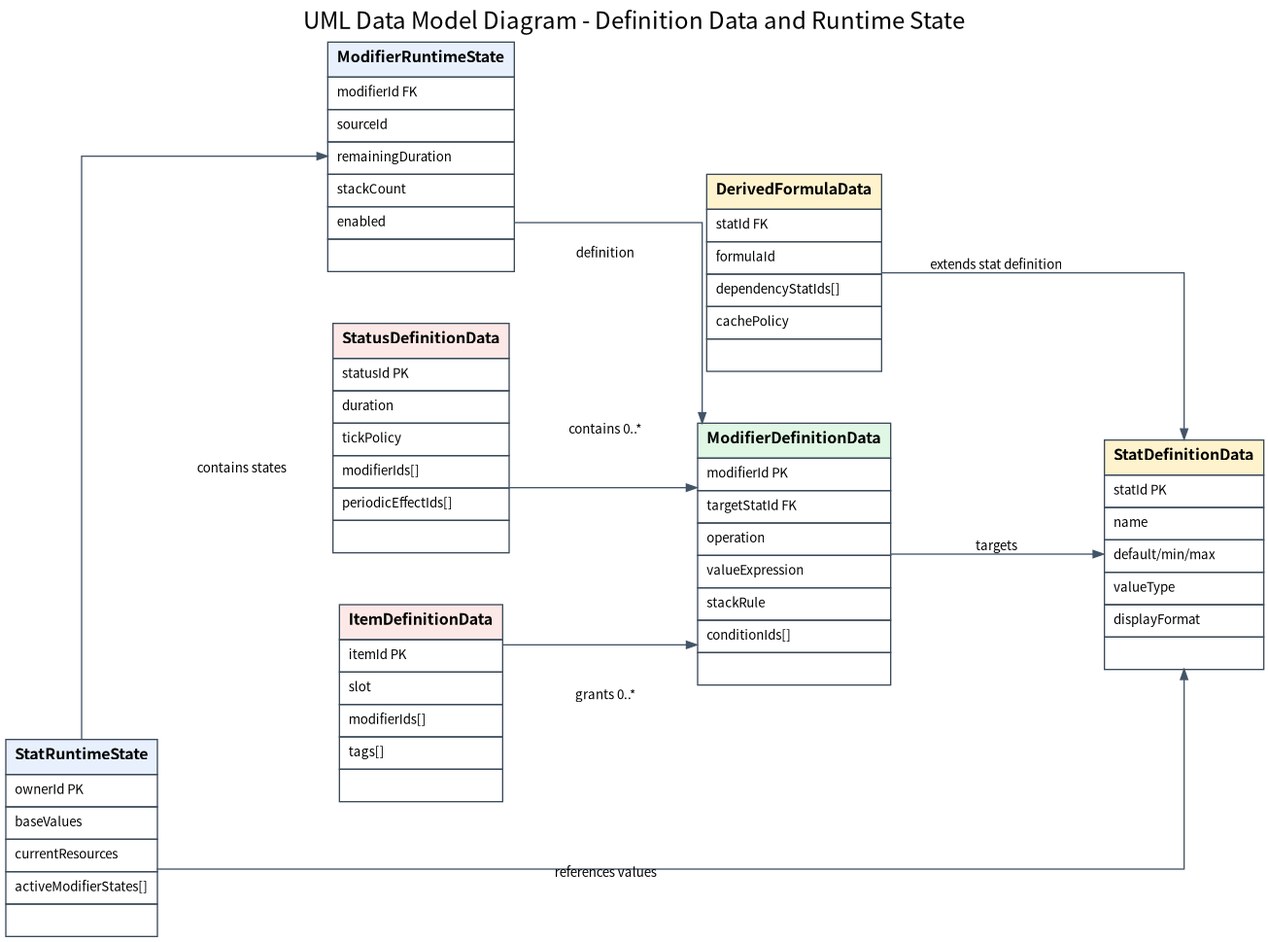
Above: assets/diagrams/07_data_model_diagram.png in JY-LemongO/game-system-framework-knowledge-site (Graphviz), before the change. Its source is kept beside it as source/diagrams/07_data_model_diagram.dot. Its diagram source:
```dot
digraph DataModelDiagram {
	graph [bgcolor=white fontname="Noto Sans CJK KR" fontsize=18 label="UML Data Model Diagram - Definition Data and Runtime State" labelloc=t nodesep=0.55 rankdir=LR ranksep=0.85 splines=ortho]
	node [fontname="Noto Sans CJK KR" shape=plain]
	edge [arrowsize=0.8 color="#425466" fontname="Noto Sans CJK KR" fontsize=10]
	StatDefinitionData [label=<
<TABLE BORDER="0" CELLBORDER="1" CELLSPACING="0" CELLPADDING="6" COLOR="#3B4A5A">
<TR><TD BGCOLOR="#FFF3CD"><FONT POINT-SIZE="12"><B>StatDefinitionData</B></FONT></TD></TR>
<TR><TD ALIGN="LEFT"><FONT POINT-SIZE="10">statId PK</FONT></TD></TR><TR><TD ALIGN="LEFT"><FONT POINT-SIZE="10">name</FONT></TD></TR><TR><TD ALIGN="LEFT"><FONT POINT-SIZE="10">default/min/max</FONT></TD></TR><TR><TD ALIGN="LEFT"><FONT POINT-SIZE="10">valueType</FONT></TD></TR><TR><TD ALIGN="LEFT"><FONT POINT-SIZE="10">displayFormat</FONT></TD></TR>
<TR><TD ALIGN="LEFT"><FONT POINT-SIZE="10"> </FONT></TD></TR>
</TABLE>
>]
	DerivedFormulaData [label=<
<TABLE BORDER="0" CELLBORDER="1" CELLSPACING="0" CELLPADDING="6" COLOR="#3B4A5A">
<TR><TD BGCOLOR="#FFF3CD"><FONT POINT-SIZE="12"><B>DerivedFormulaData</B></FONT></TD></TR>
<TR><TD ALIGN="LEFT"><FONT POINT-SIZE="10">statId FK</FONT></TD></TR><TR><TD ALIGN="LEFT"><FONT POINT-SIZE="10">formulaId</FONT></TD></TR><TR><TD ALIGN="LEFT"><FONT POINT-SIZE="10">dependencyStatIds[]</FONT></TD></TR><TR><TD ALIGN="LEFT"><FONT POINT-SIZE="10">cachePolicy</FONT></TD></TR>
<TR><TD ALIGN="LEFT"><FONT POINT-SIZE="10"> </FONT></TD></TR>
</TABLE>
>]
	ModifierDefinitionData [label=<
<TABLE BORDER="0" CELLBORDER="1" CELLSPACING="0" CELLPADDING="6" COLOR="#3B4A5A">
<TR><TD BGCOLOR="#DFF7E4"><FONT POINT-SIZE="12"><B>ModifierDefinitionData</B></FONT></TD></TR>
<TR><TD ALIGN="LEFT"><FONT POINT-SIZE="10">modifierId PK</FONT></TD></TR><TR><TD ALIGN="LEFT"><FONT POINT-SIZE="10">targetStatId FK</FONT></TD></TR><TR><TD ALIGN="LEFT"><FONT POINT-SIZE="10">operation</FONT></TD></TR><TR><TD ALIGN="LEFT"><FONT POINT-SIZE="10">valueExpression</FONT></TD></TR><TR><TD ALIGN="LEFT"><FONT POINT-SIZE="10">stackRule</FONT></TD></TR><TR><TD ALIGN="LEFT"><FONT POINT-SIZE="10">conditionIds[]</FONT></TD></TR>
<TR><TD ALIGN="LEFT"><FONT POINT-SIZE="10"> </FONT></TD></TR>
</TABLE>
>]
	StatusDefinitionData [label=<
<TABLE BORDER="0" CELLBORDER="1" CELLSPACING="0" CELLPADDING="6" COLOR="#3B4A5A">
<TR><TD BGCOLOR="#FCE8E6"><FONT POINT-SIZE="12"><B>StatusDefinitionData</B></FONT></TD></TR>
<TR><TD ALIGN="LEFT"><FONT POINT-SIZE="10">statusId PK</FONT></TD></TR><TR><TD ALIGN="LEFT"><FONT POINT-SIZE="10">duration</FONT></TD></TR><TR><TD ALIGN="LEFT"><FONT POINT-SIZE="10">tickPolicy</FONT></TD></TR><TR><TD ALIGN="LEFT"><FONT POINT-SIZE="10">modifierIds[]</FONT></TD></TR><TR><TD ALIGN="LEFT"><FONT POINT-SIZE="10">periodicEffectIds[]</FONT></TD></TR>
<TR><TD ALIGN="LEFT"><FONT POINT-SIZE="10"> </FONT></TD></TR>
</TABLE>
>]
	ItemDefinitionData [label=<
<TABLE BORDER="0" CELLBORDER="1" CELLSPACING="0" CELLPADDING="6" COLOR="#3B4A5A">
<TR><TD BGCOLOR="#FCE8E6"><FONT POINT-SIZE="12"><B>ItemDefinitionData</B></FONT></TD></TR>
<TR><TD ALIGN="LEFT"><FONT POINT-SIZE="10">itemId PK</FONT></TD></TR><TR><TD ALIGN="LEFT"><FONT POINT-SIZE="10">slot</FONT></TD></TR><TR><TD ALIGN="LEFT"><FONT POINT-SIZE="10">modifierIds[]</FONT></TD></TR><TR><TD ALIGN="LEFT"><FONT POINT-SIZE="10">tags[]</FONT></TD></TR>
<TR><TD ALIGN="LEFT"><FONT POINT-SIZE="10"> </FONT></TD></TR>
</TABLE>
>]
	StatRuntimeState [label=<
<TABLE BORDER="0" CELLBORDER="1" CELLSPACING="0" CELLPADDING="6" COLOR="#3B4A5A">
<TR><TD BGCOLOR="#E8F0FE"><FONT POINT-SIZE="12"><B>StatRuntimeState</B></FONT></TD></TR>
<TR><TD ALIGN="LEFT"><FONT POINT-SIZE="10">ownerId PK</FONT></TD></TR><TR><TD ALIGN="LEFT"><FONT POINT-SIZE="10">baseValues</FONT></TD></TR><TR><TD ALIGN="LEFT"><FONT POINT-SIZE="10">currentResources</FONT></TD></TR><TR><TD ALIGN="LEFT"><FONT POINT-SIZE="10">activeModifierStates[]</FONT></TD></TR>
<TR><TD ALIGN="LEFT"><FONT POINT-SIZE="10"> </FONT></TD></TR>
</TABLE>
>]
	ModifierRuntimeState [label=<
<TABLE BORDER="0" CELLBORDER="1" CELLSPACING="0" CELLPADDING="6" COLOR="#3B4A5A">
<TR><TD BGCOLOR="#E8F0FE"><FONT POINT-SIZE="12"><B>ModifierRuntimeState</B></FONT></TD></TR>
<TR><TD ALIGN="LEFT"><FONT POINT-SIZE="10">modifierId FK</FONT></TD></TR><TR><TD ALIGN="LEFT"><FONT POINT-SIZE="10">sourceId</FONT></TD></TR><TR><TD ALIGN="LEFT"><FONT POINT-SIZE="10">remainingDuration</FONT></TD></TR><TR><TD ALIGN="LEFT"><FONT POINT-SIZE="10">stackCount</FONT></TD></TR><TR><TD ALIGN="LEFT"><FONT POINT-SIZE="10">enabled</FONT></TD></TR>
<TR><TD ALIGN="LEFT"><FONT POINT-SIZE="10"> </FONT></TD></TR>
</TABLE>
>]
	DerivedFormulaData -> StatDefinitionData [label="extends stat definition"]
	ModifierDefinitionData -> StatDefinitionData [label=targets]
	StatusDefinitionData -> ModifierDefinitionData [label="contains 0..*"]
	ItemDefinitionData -> ModifierDefinitionData [label="grants 0..*"]
	StatRuntimeState -> StatDefinitionData [label="references values"]
	StatRuntimeState -> ModifierRuntimeState [label="contains states"]
	ModifierRuntimeState -> ModifierDefinitionData [label=definition]
}
```
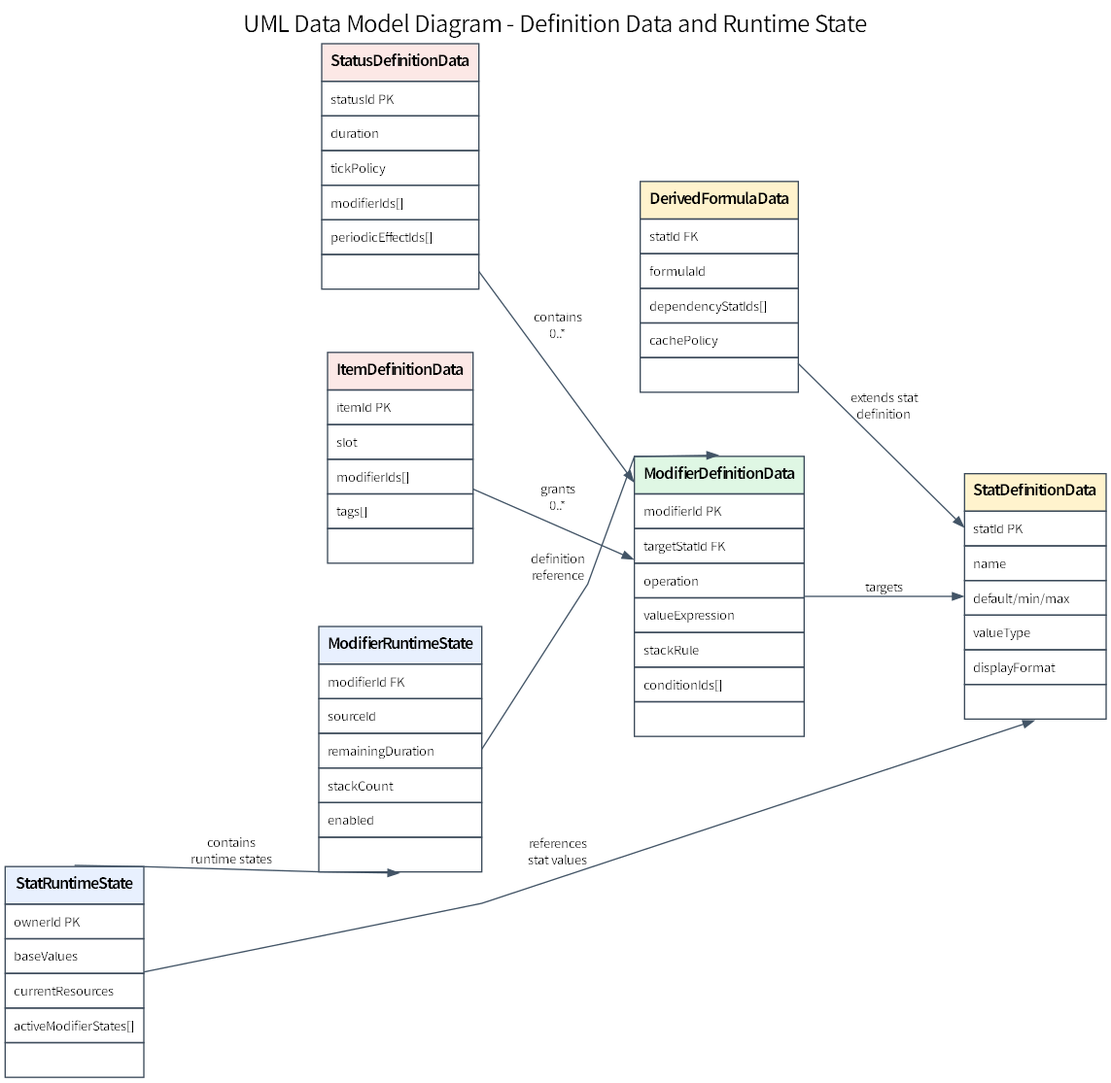
The same diagram one commit later.

What changed in the source:
```diff
@@ -1,7 +1,7 @@
 digraph DataModelDiagram {
-	graph [bgcolor=white fontname="Noto Sans CJK KR" fontsize=18 label="UML Data Model Diagram - Definition Data and Runtime State" labelloc=t nodesep=0.55 rankdir=LR ranksep=0.85 splines=ortho]
-	node [fontname="Noto Sans CJK KR" shape=plain]
-	edge [arrowsize=0.8 color="#425466" fontname="Noto Sans CJK KR" fontsize=10]
+	graph [bgcolor=white fontname="Noto Sans KR" fontsize=18 label="UML Data Model Diagram - Definition Data and Runtime State" labelloc=t nodesep=0.68 rankdir=LR ranksep=1.0 splines=polyline]
+	node [fontname="Noto Sans KR" shape=plain]
+	edge [arrowsize=0.8 color="#425466" fontname="Noto Sans KR" fontsize=10]
 	StatDefinitionData [label=<
 <TABLE BORDER="0" CELLBORDER="1" CELLSPACING="0" CELLPADDING="6" COLOR="#3B4A5A">
 <TR><TD BGCOLOR="#FFF3CD"><FONT POINT-SIZE="12"><B>StatDefinitionData</B></FONT></TD></TR>
@@ -51,11 +51,11 @@
 <TR><TD ALIGN="LEFT"><FONT POINT-SIZE="10"> </FONT></TD></TR>
 </TABLE>
 >]
-	DerivedFormulaData -> StatDefinitionData [label="extends stat definition"]
+	DerivedFormulaData -> StatDefinitionData [label="extends stat\ndefinition"]
 	ModifierDefinitionData -> StatDefinitionData [label=targets]
-	StatusDefinitionData -> ModifierDefinitionData [label="contains 0..*"]
-	ItemDefinitionData -> ModifierDefinitionData [label="grants 0..*"]
-	StatRuntimeState -> StatDefinitionData [label="references values"]
-	StatRuntimeState -> ModifierRuntimeState [label="contains states"]
-	ModifierRuntimeState -> ModifierDefinitionData [label=definition]
+	StatusDefinitionData -> ModifierDefinitionData [label="contains\n0..*"]
+	ItemDefinitionData -> ModifierDefinitionData [label="grants\n0..*"]
+	StatRuntimeState:e -> StatDefinitionData:s [label="references\nstat values" minlen=2]
+	StatRuntimeState:n -> ModifierRuntimeState:s [label="contains\nruntime states"]
+	ModifierRuntimeState:e -> ModifierDefinitionData:n [label="definition\nreference"]
 }
```
